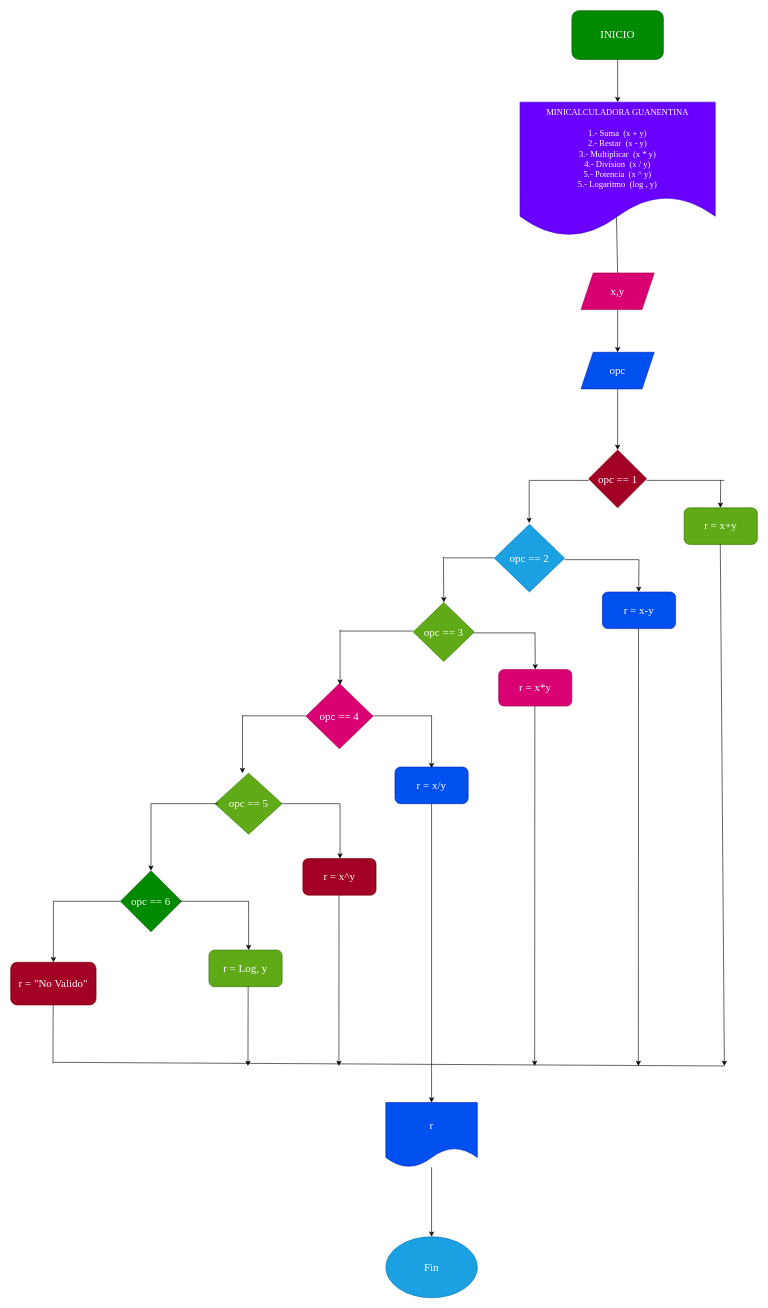
The draw.io diagram diagrama.drawio in SamyrArchila/minicalculadora_guanentina, before the edit. Source tidied: cells renumbered, new cells numbered last; positions are measured from the earlier drawing's top-left corner, leaving out a move shared by most shapes. Both pictures are drawn from the tidied source at 61%, with x=0, y=0 at pixel (10, 10).
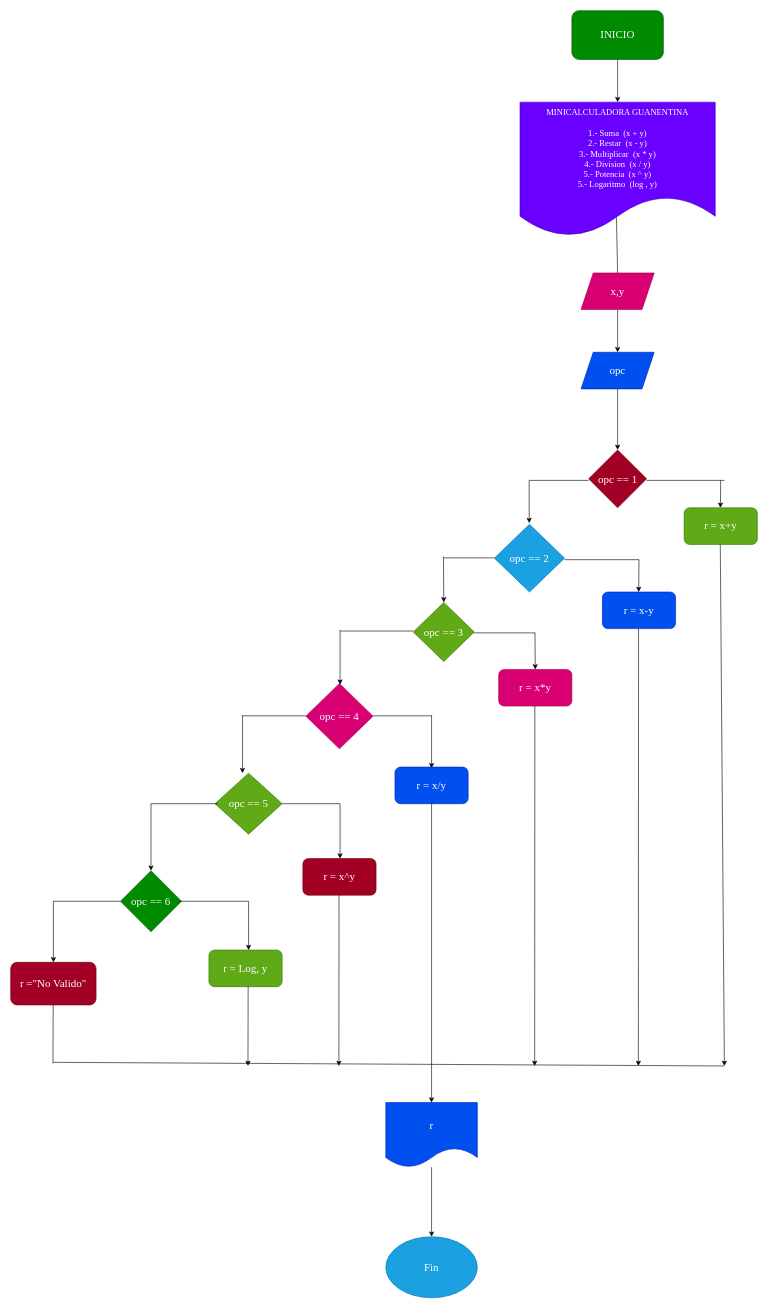
Above is the later version.

The edit, as a diff of the source:
```diff
@@
-    <mxCell id="49" value="&lt;font face=&quot;Times New Roman&quot; style=&quot;font-size: 18px;&quot;&gt;r = &quot;No Valido&quot;&lt;/font&gt;" style="rounded=1;whiteSpace=wrap;html=1;fillColor=#a20025;fontColor=#ffffff;strokeColor=#6F0000;" parent="1" vertex="1">
+    <mxCell id="49" value="&lt;font face=&quot;Times New Roman&quot; style=&quot;font-size: 18px;&quot;&gt;r =&quot;No Valido&quot;&lt;/font&gt;" style="rounded=1;whiteSpace=wrap;html=1;fillColor=#a20025;fontColor=#ffffff;strokeColor=#6F0000;" parent="1" vertex="1">
       <mxGeometry y="1560" width="140" height="70" as="geometry" />
     </mxCell>
```
